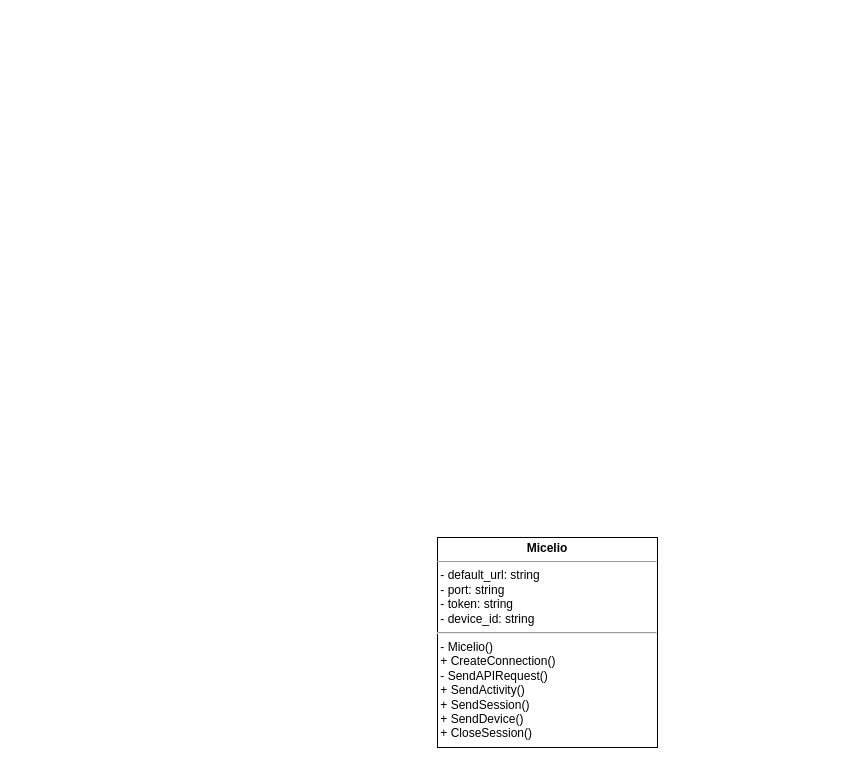
Above: page "MicelioUnity Class Model" (5 of 6) of Documentation/Diagramas/Modelo De Dados Proveniencia.drawio in multisens/micelio (draw.io), before the change. Source tidied: cells renumbered, new cells numbered last; positions are measured from the earlier drawing's top-left corner, leaving out a move shared by most shapes. Both pictures are drawn from the tidied source at 100%, with x=0, y=0 at pixel (437, 537).
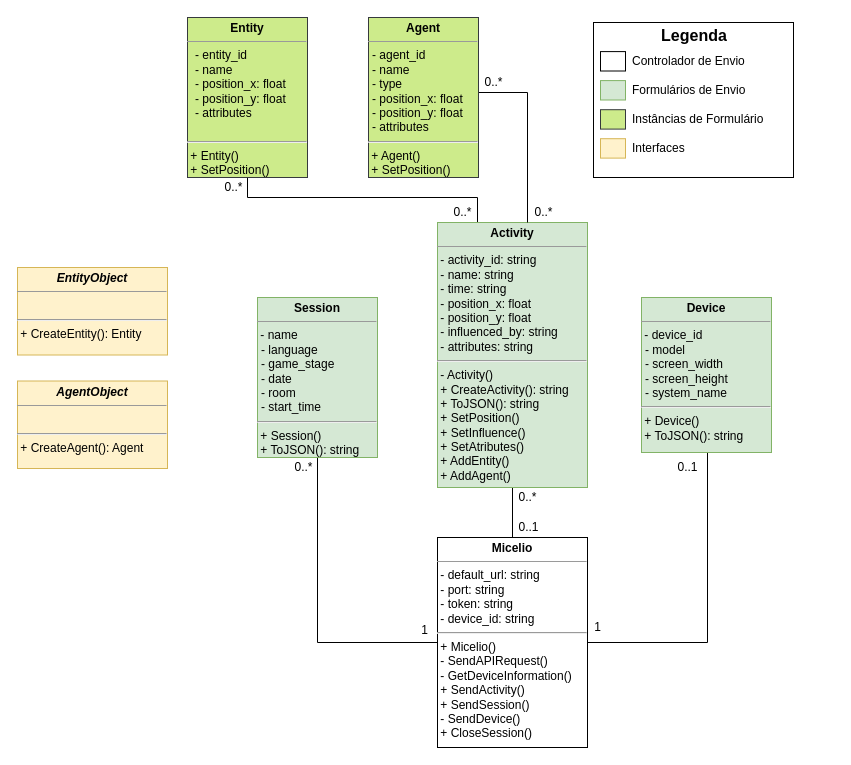
Above is the later version.

Change to the diagram source:
```diff
@@
+    <mxCell id="3" style="edgeStyle=orthogonalEdgeStyle;rounded=0;jettySize=auto;html=1;endArrow=none;endFill=0;" parent="1" edge="1" source="2" target="7">
+      <mxGeometry relative="1" as="geometry" />
+    </mxCell>
+    <mxCell id="4" style="edgeStyle=orthogonalEdgeStyle;rounded=0;jettySize=auto;html=1;endArrow=none;endFill=0;" parent="1" edge="1" source="2" target="35">
+      <mxGeometry relative="1" as="geometry">
+        <Array as="points">
+          <mxPoint x="270" y="105" />
+        </Array>
+      </mxGeometry>
+    </mxCell>
+    <mxCell id="5" style="edgeStyle=orthogonalEdgeStyle;rounded=0;jettySize=auto;html=1;endArrow=none;endFill=0;" parent="1" edge="1" source="2" target="32">
+      <mxGeometry relative="1" as="geometry" />
+    </mxCell>
-    <mxCell id="2" value="&lt;p style=&quot;margin: 0px ; margin-top: 4px ; text-align: center&quot;&gt;&lt;b&gt;Micelio&lt;/b&gt;&lt;/p&gt;&lt;hr size=&quot;1&quot;&gt;&amp;nbsp;- default_url: string&lt;br&gt;&amp;nbsp;- port: string&lt;br&gt;&amp;nbsp;- token: string&lt;br&gt;&amp;nbsp;- device_id: string&lt;br&gt;&lt;hr&gt;&amp;nbsp;- Micelio()&lt;br&gt;&amp;nbsp;+ CreateConnection()&lt;br&gt;&amp;nbsp;- SendAPIRequest()&lt;br&gt;&amp;nbsp;+ SendActivity()&lt;br&gt;&amp;nbsp;+ SendSession()&lt;br&gt;&amp;nbsp;+ SendDevice()&lt;br&gt;&amp;nbsp;+ CloseSession()" style="verticalAlign=top;align=left;overflow=fill;fontSize=12;fontFamily=Helvetica;html=1;glass=0;" parent="1" vertex="1">
-      <mxGeometry width="220" height="210" as="geometry" />
+    <mxCell id="2" value="&lt;p style=&quot;margin: 0px ; margin-top: 4px ; text-align: center&quot;&gt;&lt;b&gt;Micelio&lt;/b&gt;&lt;/p&gt;&lt;hr size=&quot;1&quot;&gt;&amp;nbsp;- default_url: string&lt;br&gt;&amp;nbsp;- port: string&lt;br&gt;&amp;nbsp;- token: string&lt;br&gt;&amp;nbsp;- device_id: string&lt;br&gt;&lt;hr&gt;&amp;nbsp;+ Micelio()&lt;br&gt;&amp;nbsp;- SendAPIRequest()&lt;br&gt;&amp;nbsp;- GetDeviceInformation()&lt;br&gt;&amp;nbsp;+ SendActivity()&lt;br&gt;&amp;nbsp;+ SendSession()&lt;br&gt;&amp;nbsp;- SendDevice()&lt;br&gt;&amp;nbsp;+ CloseSession()" style="verticalAlign=top;align=left;overflow=fill;fontSize=12;fontFamily=Helvetica;html=1;glass=0;" parent="1" vertex="1">
+      <mxGeometry width="150" height="210" as="geometry" />
     </mxCell>
+    <mxCell id="6" style="edgeStyle=orthogonalEdgeStyle;rounded=0;jettySize=auto;html=1;endArrow=none;endFill=0;" parent="1" edge="1" source="7" target="8">
+      <mxGeometry relative="1" as="geometry">
+        <Array as="points">
+          <mxPoint x="40" y="-340" />
+          <mxPoint x="-190" y="-340" />
+        </Array>
+      </mxGeometry>
+    </mxCell>
+    <mxCell id="7" value="&lt;p style=&quot;margin: 0px ; margin-top: 4px ; text-align: center&quot;&gt;&lt;b&gt;Activity&lt;/b&gt;&lt;/p&gt;&lt;hr size=&quot;1&quot;&gt;&amp;nbsp;- activity_id: string&lt;br&gt;&amp;nbsp;- name: string&lt;br&gt;&amp;nbsp;- time: string&lt;br&gt;&amp;nbsp;- position_x: float&lt;br&gt;&amp;nbsp;- position_y: float&lt;br&gt;&amp;nbsp;- influenced_by: string&lt;br&gt;&amp;nbsp;- attributes: string&lt;br&gt;&lt;hr&gt;&amp;nbsp;- Activity()&lt;br&gt;&amp;nbsp;+ CreateActivity(): string&lt;br&gt;&amp;nbsp;+ ToJSON(): string&lt;br&gt;&amp;nbsp;+ SetPosition()&lt;br&gt;&amp;nbsp;+ SetInfluence()&lt;br&gt;&amp;nbsp;+ SetAtributes()&lt;br&gt;&amp;nbsp;+ AddEntity()&lt;br&gt;&amp;nbsp;+ AddAgent()" style="verticalAlign=top;align=left;overflow=fill;fontSize=12;fontFamily=Helvetica;html=1;glass=0;fillColor=#d5e8d4;strokeColor=#82b366;" parent="1" vertex="1">
+      <mxGeometry y="-315" width="150" height="265" as="geometry" />
+    </mxCell>
+    <mxCell id="8" value="&lt;p style=&quot;margin: 0px ; margin-top: 4px ; text-align: center&quot;&gt;&lt;b&gt;Entity&lt;/b&gt;&lt;/p&gt;&lt;hr size=&quot;1&quot;&gt;&lt;p style=&quot;margin: 0px 0px 0px 8px&quot;&gt;- entity_id&lt;/p&gt;&lt;p style=&quot;margin: 0px 0px 0px 8px&quot;&gt;- name&lt;br&gt;&lt;/p&gt;&lt;p style=&quot;margin: 0px 0px 0px 8px&quot;&gt;- position_x: float&lt;br&gt;- position_y: float&lt;br&gt;&lt;/p&gt;&lt;p style=&quot;margin: 0px 0px 0px 8px&quot;&gt;- attributes&lt;/p&gt;&lt;p style=&quot;margin: 0px 0px 0px 8px&quot;&gt;&lt;br&gt;&lt;/p&gt;&lt;hr&gt;&amp;nbsp;+ Entity()&lt;br&gt;&amp;nbsp;+ SetPosition()&lt;br&gt;&amp;nbsp;" style="verticalAlign=top;align=left;overflow=fill;fontSize=12;fontFamily=Helvetica;html=1;glass=0;fillColor=#cdeb8b;strokeColor=#36393d;" parent="1" vertex="1">
+      <mxGeometry x="-250" y="-520" width="120" height="160" as="geometry" />
+    </mxCell>
+    <mxCell id="9" style="edgeStyle=orthogonalEdgeStyle;rounded=0;jettySize=auto;html=1;endArrow=none;endFill=0;" parent="1" edge="1" source="38" target="7">
+      <mxGeometry relative="1" as="geometry">
+        <Array as="points">
+          <mxPoint x="90" y="-445" />
+        </Array>
+      </mxGeometry>
+    </mxCell>
+    <mxCell id="10" value="0..*" style="text;html=1;align=center;verticalAlign=middle;" parent="1" vertex="1">
+      <mxGeometry x="-219" y="-360" width="30" height="20" as="geometry" />
+    </mxCell>
+    <mxCell id="11" value="0..*" style="text;html=1;align=center;verticalAlign=middle;" parent="1" vertex="1">
+      <mxGeometry x="10" y="-335" width="30" height="20" as="geometry" />
+    </mxCell>
+    <mxCell id="12" value="0..*" style="text;html=1;align=center;verticalAlign=middle;" parent="1" vertex="1">
+      <mxGeometry x="91" y="-335" width="30" height="20" as="geometry" />
+    </mxCell>
+    <mxCell id="13" value="0..*" style="text;html=1;align=center;verticalAlign=middle;" parent="1" vertex="1">
+      <mxGeometry x="75" y="-50" width="30" height="20" as="geometry" />
+    </mxCell>
+    <mxCell id="14" value="0..1" style="text;html=1;align=center;verticalAlign=middle;" parent="1" vertex="1">
+      <mxGeometry x="71" y="-20" width="40" height="20" as="geometry" />
+    </mxCell>
+    <mxCell id="15" value="1" style="text;html=1;align=center;verticalAlign=middle;" parent="1" vertex="1">
+      <mxGeometry x="-23" y="83" width="20" height="20" as="geometry" />
+    </mxCell>
+    <mxCell id="16" value="1" style="text;html=1;align=center;verticalAlign=middle;" parent="1" vertex="1">
+      <mxGeometry x="150" y="80" width="20" height="20" as="geometry" />
+    </mxCell>
+    <mxCell id="17" style="group;" parent="1" vertex="1">
+      <mxGeometry x="156" y="-515" width="240" height="155" as="geometry" />
+    </mxCell>
+    <mxCell id="18" style="group;" parent="17" vertex="1">
+      <mxGeometry width="200" height="155" as="geometry" />
+    </mxCell>
+    <mxCell id="19" style="rounded=0;whiteSpace=wrap;html=1;" parent="18" vertex="1">
+      <mxGeometry width="200" height="155" as="geometry" />
+    </mxCell>
+    <mxCell id="20" value="Legenda" style="text;html=1;strokeColor=none;fillColor=none;align=center;verticalAlign=middle;whiteSpace=wrap;rounded=0;fontStyle=1;fontSize=16;" parent="18" vertex="1">
+      <mxGeometry x="51" y="2.9" width="100" height="19.4" as="geometry" />
+    </mxCell>
+    <mxCell id="21" style="rounded=0;whiteSpace=wrap;html=1;" parent="18" vertex="1">
+      <mxGeometry x="7" y="29.1" width="25" height="19.4" as="geometry" />
+    </mxCell>
+    <mxCell id="22" style="rounded=0;whiteSpace=wrap;html=1;fillColor=#d5e8d4;strokeColor=#82b366;" parent="18" vertex="1">
+      <mxGeometry x="7" y="58.1" width="25" height="19.4" as="geometry" />
+    </mxCell>
+    <mxCell id="23" style="rounded=0;whiteSpace=wrap;html=1;fillColor=#cdeb8b;strokeColor=#36393d;" parent="18" vertex="1">
+      <mxGeometry x="7" y="87.2" width="25" height="19.4" as="geometry" />
+    </mxCell>
+    <mxCell id="24" value="Controlador de Envio" style="text;html=1;strokeColor=none;fillColor=none;align=left;verticalAlign=middle;whiteSpace=wrap;rounded=0;fontSize=12;" parent="18" vertex="1">
+      <mxGeometry x="37" y="29.1" width="163" height="19.4" as="geometry" />
+    </mxCell>
+    <mxCell id="25" value="Formulários de Envio" style="text;html=1;strokeColor=none;fillColor=none;align=left;verticalAlign=middle;whiteSpace=wrap;rounded=0;fontSize=12;" parent="18" vertex="1">
+      <mxGeometry x="37" y="58.1" width="163" height="19.4" as="geometry" />
+    </mxCell>
+    <mxCell id="26" value="Instâncias de Formulário" style="text;html=1;strokeColor=none;fillColor=none;align=left;verticalAlign=middle;whiteSpace=wrap;rounded=0;fontSize=12;" parent="18" vertex="1">
+      <mxGeometry x="37" y="87.2" width="163" height="19.4" as="geometry" />
+    </mxCell>
+    <mxCell id="27" style="rounded=0;whiteSpace=wrap;html=1;fillColor=#fff2cc;strokeColor=#d6b656;" parent="18" vertex="1">
+      <mxGeometry x="7" y="116.2" width="25" height="19.4" as="geometry" />
+    </mxCell>
+    <mxCell id="28" value="Interfaces" style="text;html=1;strokeColor=none;fillColor=none;align=left;verticalAlign=middle;whiteSpace=wrap;rounded=0;fontSize=12;" parent="18" vertex="1">
+      <mxGeometry x="37" y="116.2" width="163" height="19.4" as="geometry" />
+    </mxCell>
+    <mxCell id="29" value="&lt;p style=&quot;margin: 0px ; margin-top: 4px ; text-align: center&quot;&gt;&lt;b&gt;&lt;i&gt;EntityObject&lt;/i&gt;&lt;/b&gt;&lt;/p&gt;&lt;hr size=&quot;1&quot;&gt;&amp;nbsp;&lt;br&gt;&lt;hr&gt;&amp;nbsp;+ CreateEntity(): Entity&lt;br&gt;&amp;nbsp;" style="verticalAlign=top;align=left;overflow=fill;fontSize=12;fontFamily=Helvetica;html=1;glass=0;fillColor=#fff2cc;strokeColor=#d6b656;" parent="1" vertex="1">
+      <mxGeometry x="-420" y="-270" width="150" height="87.5" as="geometry" />
+    </mxCell>
+    <mxCell id="30" value="&lt;p style=&quot;margin: 0px ; margin-top: 4px ; text-align: center&quot;&gt;&lt;b&gt;&lt;i&gt;AgentObject&lt;/i&gt;&lt;/b&gt;&lt;/p&gt;&lt;hr size=&quot;1&quot;&gt;&amp;nbsp;&lt;br&gt;&lt;hr&gt;&amp;nbsp;+ CreateAgent(): Agent&lt;br&gt;&amp;nbsp;" style="verticalAlign=top;align=left;overflow=fill;fontSize=12;fontFamily=Helvetica;html=1;glass=0;fillColor=#fff2cc;strokeColor=#d6b656;" parent="1" vertex="1">
+      <mxGeometry x="-420" y="-156.5" width="150" height="87.5" as="geometry" />
+    </mxCell>
+    <mxCell id="31" style="group;" parent="1" vertex="1">
+      <mxGeometry x="-180" y="-240" width="120" height="180" as="geometry" />
+    </mxCell>
+    <mxCell id="32" value="&lt;p style=&quot;margin: 0px ; margin-top: 4px ; text-align: center&quot;&gt;&lt;b&gt;Session&lt;/b&gt;&lt;/p&gt;&lt;hr size=&quot;1&quot;&gt;&amp;nbsp;-&lt;span&gt;&amp;nbsp;name&lt;/span&gt;&lt;br&gt;&lt;p style=&quot;margin: 0px 0px 0px 4px&quot;&gt;- language&lt;br&gt;&lt;/p&gt;&lt;p style=&quot;margin: 0px 0px 0px 4px&quot;&gt;- game_stage&lt;/p&gt;&lt;p style=&quot;margin: 0px 0px 0px 4px&quot;&gt;- date&lt;/p&gt;&lt;p style=&quot;margin: 0px 0px 0px 4px&quot;&gt;- room&lt;/p&gt;&lt;p style=&quot;margin: 0px 0px 0px 4px&quot;&gt;- start_time&lt;/p&gt;&lt;hr&gt;&amp;nbsp;+ Session()&lt;br&gt;&amp;nbsp;+ ToJSON(): string&lt;br&gt;&amp;nbsp;" style="verticalAlign=top;align=left;overflow=fill;fontSize=12;fontFamily=Helvetica;html=1;glass=0;fillColor=#d5e8d4;strokeColor=#82b366;" parent="31" vertex="1">
+      <mxGeometry width="120" height="160" as="geometry" />
+    </mxCell>
+    <mxCell id="33" value="0..*" style="text;html=1;align=center;verticalAlign=middle;" parent="31" vertex="1">
+      <mxGeometry x="31" y="160" width="30" height="20" as="geometry" />
+    </mxCell>
+    <mxCell id="34" style="group;" parent="1" vertex="1">
+      <mxGeometry x="204" y="-240" width="130" height="180" as="geometry" />
+    </mxCell>
+    <mxCell id="35" value="&lt;p style=&quot;margin: 0px ; margin-top: 4px ; text-align: center&quot;&gt;&lt;b&gt;Device&lt;/b&gt;&lt;/p&gt;&lt;hr size=&quot;1&quot;&gt;&amp;nbsp;-&lt;span&gt;&amp;nbsp;device_id&lt;/span&gt;&lt;p style=&quot;margin: 0px 0px 0px 4px&quot;&gt;- model&lt;/p&gt;&lt;p style=&quot;margin: 0px 0px 0px 4px&quot;&gt;- screen_width&lt;/p&gt;&lt;p style=&quot;margin: 0px 0px 0px 4px&quot;&gt;- screen_height&lt;/p&gt;&lt;p style=&quot;margin: 0px 0px 0px 4px&quot;&gt;- system_name&lt;/p&gt;&lt;hr&gt;&amp;nbsp;+ Device()&lt;br&gt;&amp;nbsp;+ ToJSON(): string" style="verticalAlign=top;align=left;overflow=fill;fontSize=12;fontFamily=Helvetica;html=1;glass=0;fillColor=#d5e8d4;strokeColor=#82b366;" parent="34" vertex="1">
+      <mxGeometry width="130" height="155" as="geometry" />
+    </mxCell>
+    <mxCell id="36" value="0..1" style="text;html=1;align=center;verticalAlign=middle;" parent="34" vertex="1">
+      <mxGeometry x="26" y="160" width="40" height="20" as="geometry" />
+    </mxCell>
+    <mxCell id="37" style="group;" parent="1" vertex="1">
+      <mxGeometry x="-69" y="-520" width="140" height="160" as="geometry" />
+    </mxCell>
+    <mxCell id="38" value="&lt;p style=&quot;margin: 0px ; margin-top: 4px ; text-align: center&quot;&gt;&lt;b&gt;Agent&lt;/b&gt;&lt;/p&gt;&lt;hr size=&quot;1&quot;&gt;&lt;p style=&quot;margin: 0px 0px 0px 4px&quot;&gt;- agent_id&lt;/p&gt;&lt;p style=&quot;margin: 0px 0px 0px 4px&quot;&gt;- name&lt;/p&gt;&lt;p style=&quot;margin: 0px 0px 0px 4px&quot;&gt;- type&lt;/p&gt;&lt;p style=&quot;margin: 0px 0px 0px 4px&quot;&gt;- position_x: float&lt;br&gt;- position_y: float&lt;br&gt;&lt;/p&gt;&lt;p style=&quot;margin: 0px 0px 0px 4px&quot;&gt;&lt;span&gt;- attributes&lt;/span&gt;&lt;br&gt;&lt;/p&gt;&lt;hr&gt;&amp;nbsp;+ Agent()&lt;br&gt;&amp;nbsp;+ SetPosition()&lt;br&gt;&amp;nbsp;" style="verticalAlign=top;align=left;overflow=fill;fontSize=12;fontFamily=Helvetica;html=1;glass=0;fillColor=#cdeb8b;strokeColor=#36393d;" parent="37" vertex="1">
+      <mxGeometry width="110" height="160" as="geometry" />
+    </mxCell>
+    <mxCell id="39" value="0..*" style="text;html=1;align=center;verticalAlign=middle;" parent="37" vertex="1">
+      <mxGeometry x="110" y="55" width="30" height="20" as="geometry" />
+    </mxCell>
```
